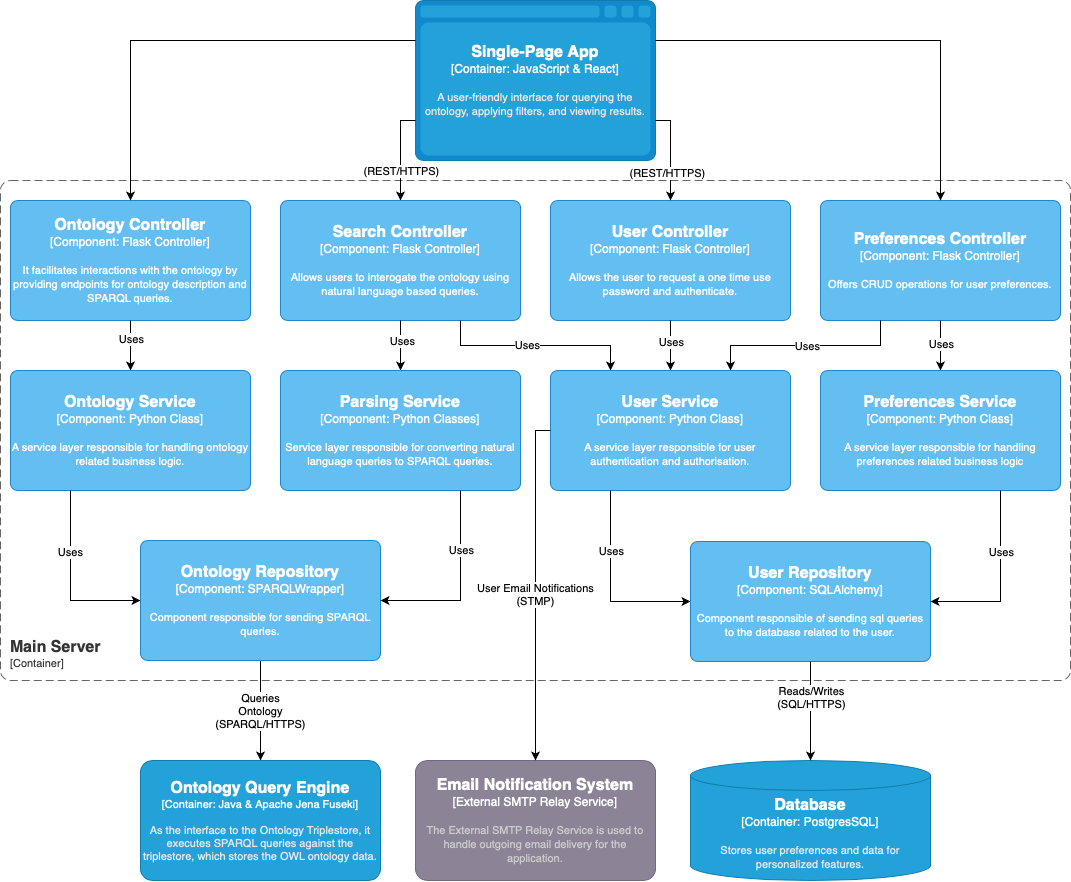
The draw.io diagram report/figures/wade_c3_3_backend.drawio.png in TudorPCT/WADE, before a commit. Source tidied: cells renumbered, new cells last; positions are measured from the earlier drawing's top-left corner, leaving out a move shared by most shapes.
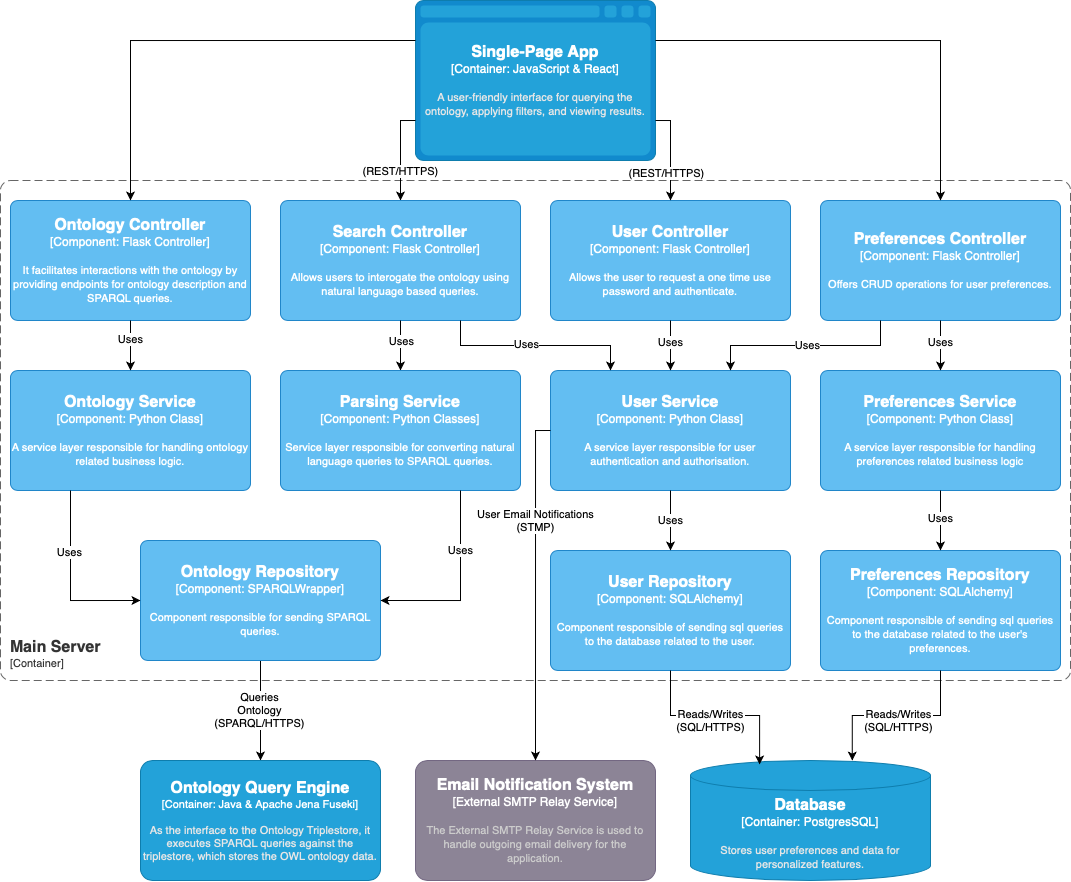
After the change.

Commit message:
report backend architecture section

The edit, as a diff of the source:
```diff
@@ -165,27 +165,23 @@
     </mxCell>
     <object id="41" label="&lt;font style=&quot;font-size: 16px&quot;&gt;&lt;b&gt;%c4Name%&lt;/b&gt;&lt;/font&gt;&lt;div&gt;[%c4Type%: %c4Technology%]&lt;/div&gt;&lt;br&gt;&lt;div&gt;&lt;font style=&quot;font-size: 11px&quot;&gt;%c4Description%&lt;/font&gt;&lt;/div&gt;" c4Description="Component responsible of sending sql queries to the database related to the user." c4Name="User Repository" c4Technology="SQLAlchemy" c4Type="Component" placeholders="1">
       <mxCell style="rounded=1;whiteSpace=wrap;html=1;labelBackgroundColor=none;fillColor=#63BEF2;fontColor=#ffffff;align=center;arcSize=6;strokeColor=#2086C9;points=[[0.25,0,0],[0.5,0,0],[0.75,0,0],[1,0.25,0],[1,0.5,0],[1,0.75,0],[0.75,1,0],[0.5,1,0],[0.25,1,0],[0,0.75,0],[0,0.5,0],[0,0.25,0]];" parent="1" vertex="1">
-        <mxGeometry x="690" y="541" width="240" height="120" as="geometry" />
+        <mxGeometry x="550" y="550" width="240" height="120" as="geometry" />
       </mxCell>
     </object>
-    <mxCell id="42" style="edgeStyle=orthogonalEdgeStyle;rounded=0;jettySize=auto;html=1;exitX=0.25;exitY=1;exitDx=0;exitDy=0;exitPerimeter=0;entryX=0;entryY=0.5;entryDx=0;entryDy=0;entryPerimeter=0;" parent="1" edge="1" source="17" target="41">
+    <mxCell id="42" style="edgeStyle=orthogonalEdgeStyle;rounded=0;jettySize=auto;html=1;exitX=0.5;exitY=1;exitDx=0;exitDy=0;exitPerimeter=0;entryX=0.5;entryY=0;entryDx=0;entryDy=0;entryPerimeter=0;" parent="1" edge="1" source="17" target="41">
       <mxGeometry relative="1" as="geometry" />
     </mxCell>
     <mxCell id="43" value="Uses" style="edgeLabel;html=1;align=center;verticalAlign=middle;" parent="42" vertex="1">
-      <mxGeometry x="-0.38" relative="1" as="geometry" />
+      <mxGeometry x="-0.38" relative="1" as="geometry">
+        <mxPoint y="11" as="offset" />
+      </mxGeometry>
     </mxCell>
-    <mxCell id="44" style="edgeStyle=orthogonalEdgeStyle;rounded=0;jettySize=auto;html=1;exitX=0.75;exitY=1;exitDx=0;exitDy=0;exitPerimeter=0;entryX=1;entryY=0.5;entryDx=0;entryDy=0;entryPerimeter=0;" parent="1" edge="1" source="16" target="41">
-      <mxGeometry relative="1" as="geometry" />
-    </mxCell>
-    <mxCell id="45" value="Uses" style="edgeLabel;html=1;align=center;verticalAlign=middle;" parent="44" vertex="1">
-      <mxGeometry x="-0.33" relative="1" as="geometry" />
-    </mxCell>
-    <mxCell id="46" style="edgeStyle=orthogonalEdgeStyle;rounded=0;jettySize=auto;html=1;exitX=0.5;exitY=1;exitDx=0;exitDy=0;exitPerimeter=0;entryX=0.5;entryY=0;entryDx=0;entryDy=0;entryPerimeter=0;" parent="1" edge="1" source="41" target="7">
+    <mxCell id="46" style="edgeStyle=orthogonalEdgeStyle;rounded=0;jettySize=auto;html=1;exitX=0.5;exitY=1;exitDx=0;exitDy=0;exitPerimeter=0;entryX=0.288;entryY=0.033;entryDx=0;entryDy=0;entryPerimeter=0;" parent="1" edge="1" source="41" target="7">
       <mxGeometry relative="1" as="geometry" />
     </mxCell>
     <mxCell id="47" value="Reads/Writes&lt;div&gt;(SQL/HTTPS)&lt;/div&gt;" style="edgeLabel;html=1;align=center;verticalAlign=middle;" parent="46" vertex="1">
       <mxGeometry x="-0.37" y="-4" relative="1" as="geometry">
-        <mxPoint x="4" y="4" as="offset" />
+        <mxPoint x="27" y="1" as="offset" />
       </mxGeometry>
     </mxCell>
     <mxCell id="48" style="edgeStyle=orthogonalEdgeStyle;rounded=0;jettySize=auto;html=1;exitX=0;exitY=0.5;exitDx=0;exitDy=0;exitPerimeter=0;entryX=0.5;entryY=0;entryDx=0;entryDy=0;entryPerimeter=0;" parent="1" edge="1" source="17" target="10">
@@ -196,7 +192,30 @@
       </mxGeometry>
     </mxCell>
     <mxCell id="49" value="User Email Notifications&lt;br&gt;&lt;div&gt;(STMP)&lt;/div&gt;" style="edgeLabel;html=1;align=center;verticalAlign=middle;" parent="48" vertex="1">
-      <mxGeometry x="0.04" y="-1" relative="1" as="geometry" />
+      <mxGeometry x="0.04" y="-1" relative="1" as="geometry">
+        <mxPoint x="1" y="-74" as="offset" />
+      </mxGeometry>
     </mxCell>
+    <object id="50" label="&lt;font style=&quot;font-size: 16px&quot;&gt;&lt;b&gt;%c4Name%&lt;/b&gt;&lt;/font&gt;&lt;div&gt;[%c4Type%: %c4Technology%]&lt;/div&gt;&lt;br&gt;&lt;div&gt;&lt;font style=&quot;font-size: 11px&quot;&gt;%c4Description%&lt;/font&gt;&lt;/div&gt;" c4Description="Component responsible of sending sql queries to the database related to the user's preferences." c4Name="Preferences Repository" c4Technology="SQLAlchemy" c4Type="Component" placeholders="1">
+      <mxCell style="rounded=1;whiteSpace=wrap;html=1;labelBackgroundColor=none;fillColor=#63BEF2;fontColor=#ffffff;align=center;arcSize=6;strokeColor=#2086C9;points=[[0.25,0,0],[0.5,0,0],[0.75,0,0],[1,0.25,0],[1,0.5,0],[1,0.75,0],[0.75,1,0],[0.5,1,0],[0.25,1,0],[0,0.75,0],[0,0.5,0],[0,0.25,0]];" parent="1" vertex="1">
+        <mxGeometry x="820" y="550" width="240" height="120" as="geometry" />
+      </mxCell>
+    </object>
+    <mxCell id="51" style="edgeStyle=orthogonalEdgeStyle;rounded=0;jettySize=auto;html=1;exitX=0.5;exitY=1;exitDx=0;exitDy=0;exitPerimeter=0;entryX=0.674;entryY=0.001;entryDx=0;entryDy=0;entryPerimeter=0;" parent="1" edge="1" source="50" target="7">
+      <mxGeometry relative="1" as="geometry" />
+    </mxCell>
+    <mxCell id="52" value="Reads/Writes&lt;div&gt;(SQL/HTTPS)&lt;/div&gt;" style="edgeLabel;html=1;align=center;verticalAlign=middle;" parent="1" vertex="1">
+      <mxGeometry x="857" y="734" as="geometry">
+        <mxPoint x="41" y="-14" as="offset" />
+      </mxGeometry>
+    </mxCell>
+    <mxCell id="53" style="edgeStyle=orthogonalEdgeStyle;rounded=0;jettySize=auto;html=1;exitX=0.5;exitY=1;exitDx=0;exitDy=0;exitPerimeter=0;entryX=0.5;entryY=0;entryDx=0;entryDy=0;entryPerimeter=0;" parent="1" edge="1" source="16" target="50">
+      <mxGeometry relative="1" as="geometry" />
+    </mxCell>
+    <mxCell id="45" value="Uses" style="edgeLabel;html=1;align=center;verticalAlign=middle;" parent="1" vertex="1">
+      <mxGeometry x="680" y="529.6" as="geometry">
+        <mxPoint x="260" y="-12" as="offset" />
+      </mxGeometry>
+    </mxCell>
   </root>
 </mxGraphModel>
```
